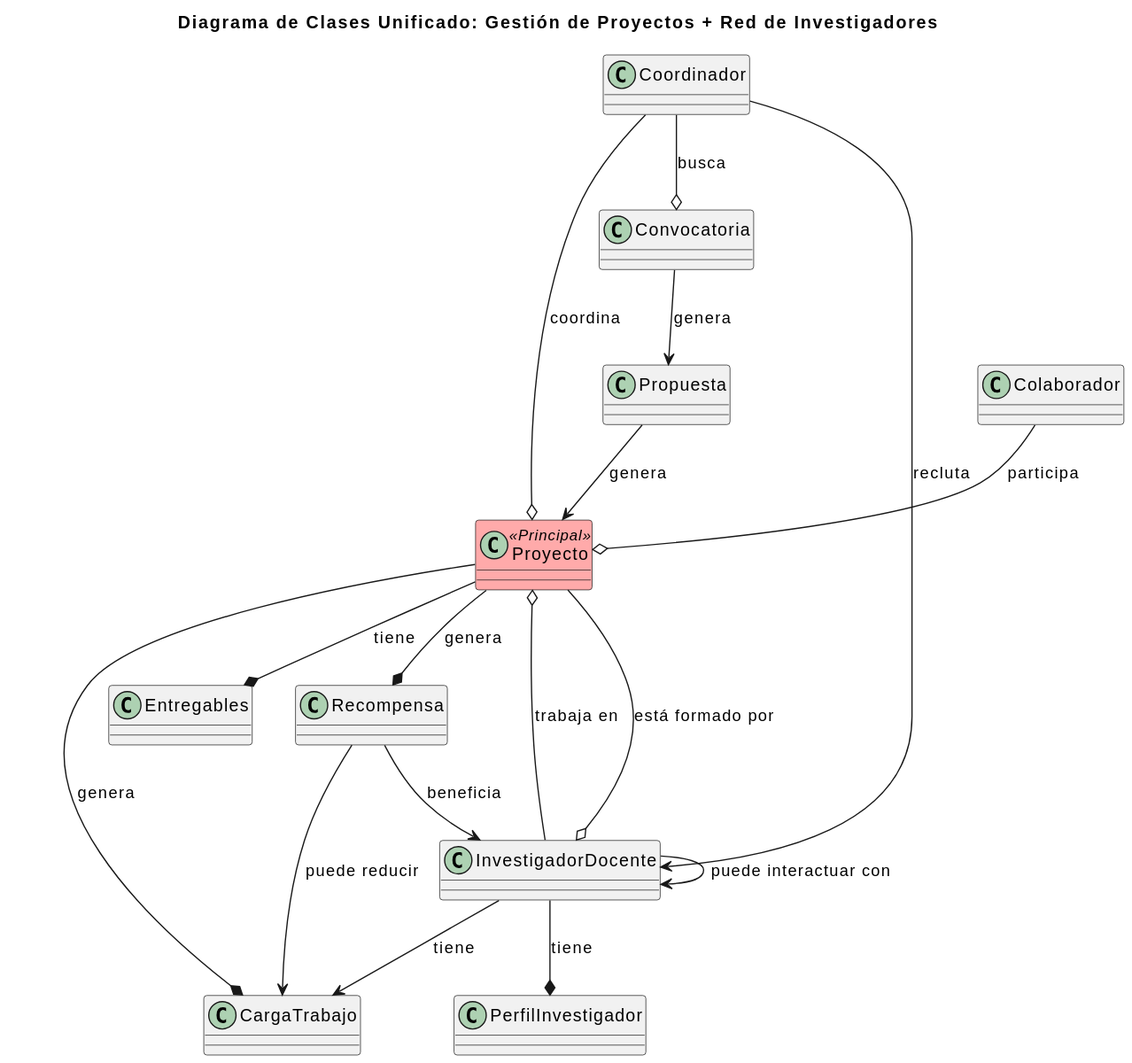
Above: documentación/ModeloDelDominio/Imagenes/Clases/ClasesProyectoRed.svg in 31Diego/25-26-IdSw1-SdR (PlantUML), before the change.
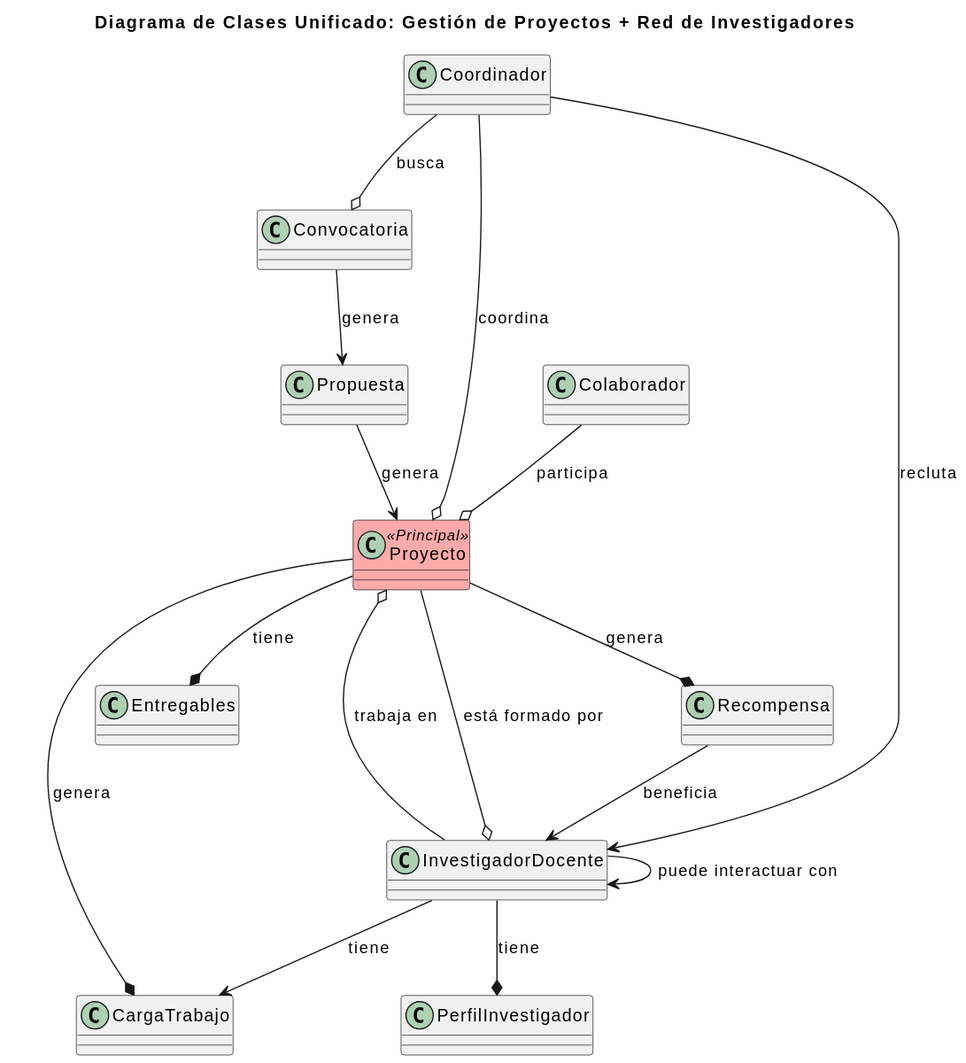
After the change.

Commit message:
ajuste de relación entre entidades del diagrama de clases de la gestion de proyectos + creacion de diagrama de objetos que implementa la gestion de proyectos

Change to the diagram source:
```diff
@@ -55,7 +55,7 @@
 InvestigadorDocente --o Proyecto : trabaja en
 
 Recompensa --> InvestigadorDocente : beneficia
-Recompensa --> CargaTrabajo : puede reducir
+
 
 
 
```
